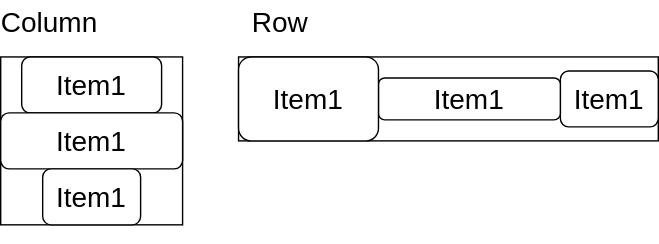
Earlier version of the draw.io export src/layout/assets/column_row_center.drawio.svg (JL710/iced-guide). Source tidied: cells renumbered, new cells last; positions are measured from the earlier drawing's top-left corner, leaving out a move shared by most shapes.
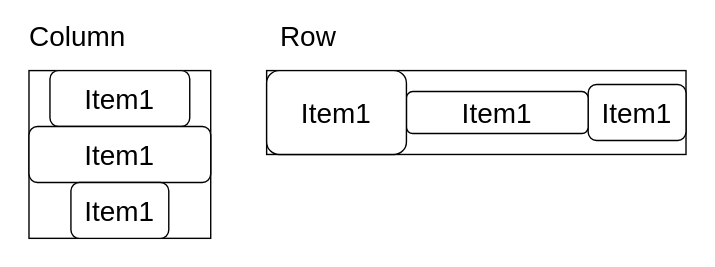
The same diagram one commit later.

What changed in the source:
```diff
@@ -2,6 +2,9 @@
   <root>
     <mxCell id="0" />
     <mxCell id="1" parent="0" />
+    <mxCell id="12" style="rounded=0;whiteSpace=wrap;html=1;strokeColor=none;" parent="1" vertex="1">
+      <mxGeometry x="-20" y="-10" width="510" height="190" as="geometry" />
+    </mxCell>
     <mxCell id="2" style="rounded=0;whiteSpace=wrap;html=1;hachureGap=4;fontFamily=Architects Daughter;fontSource=https%3A%2F%2Ffonts.googleapis.com%2Fcss%3Ffamily%3DArchitects%2BDaughter;fontSize=20;" parent="1" vertex="1">
       <mxGeometry y="40" width="130" height="120" as="geometry" />
     </mxCell>
```
